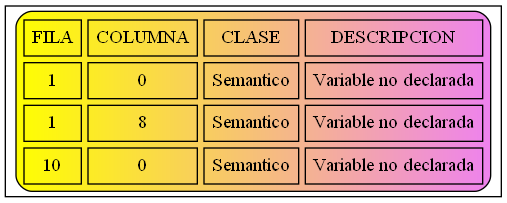
Above: Errores.png in JoseMore99/OLC2_P1_201701015 (Graphviz), before the change. Its source is kept beside it as Errores.dot.
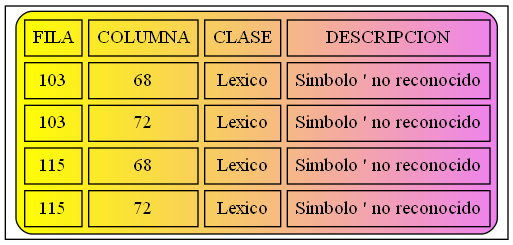
Later version of the same file.

The edit, as a diff of the source:
```diff
@@ -2,8 +2,9 @@
 node [shape=record];
 a0 [label=<<TABLE border="1" cellspacing="5" cellpadding="5" style="rounded" bgcolor="yellow:violet">
 "<TR><TD>FILA</TD><TD>COLUMNA</TD><TD>CLASE</TD><TD>DESCRIPCION</TD></TR>
-<TR><TD>1</TD><TD>0</TD><TD>Semantico</TD><TD>Variable no declarada</TD></TR>
-<TR><TD>1</TD><TD>8</TD><TD>Semantico</TD><TD>Variable no declarada</TD></TR>
-<TR><TD>10</TD><TD>0</TD><TD>Semantico</TD><TD>Variable no declarada</TD></TR>
+<TR><TD>103</TD><TD>68</TD><TD>Lexico</TD><TD>Simbolo ' no reconocido</TD></TR>
+<TR><TD>103</TD><TD>72</TD><TD>Lexico</TD><TD>Simbolo ' no reconocido</TD></TR>
+<TR><TD>115</TD><TD>68</TD><TD>Lexico</TD><TD>Simbolo ' no reconocido</TD></TR>
+<TR><TD>115</TD><TD>72</TD><TD>Lexico</TD><TD>Simbolo ' no reconocido</TD></TR>
 </TABLE>>];
 }
```
